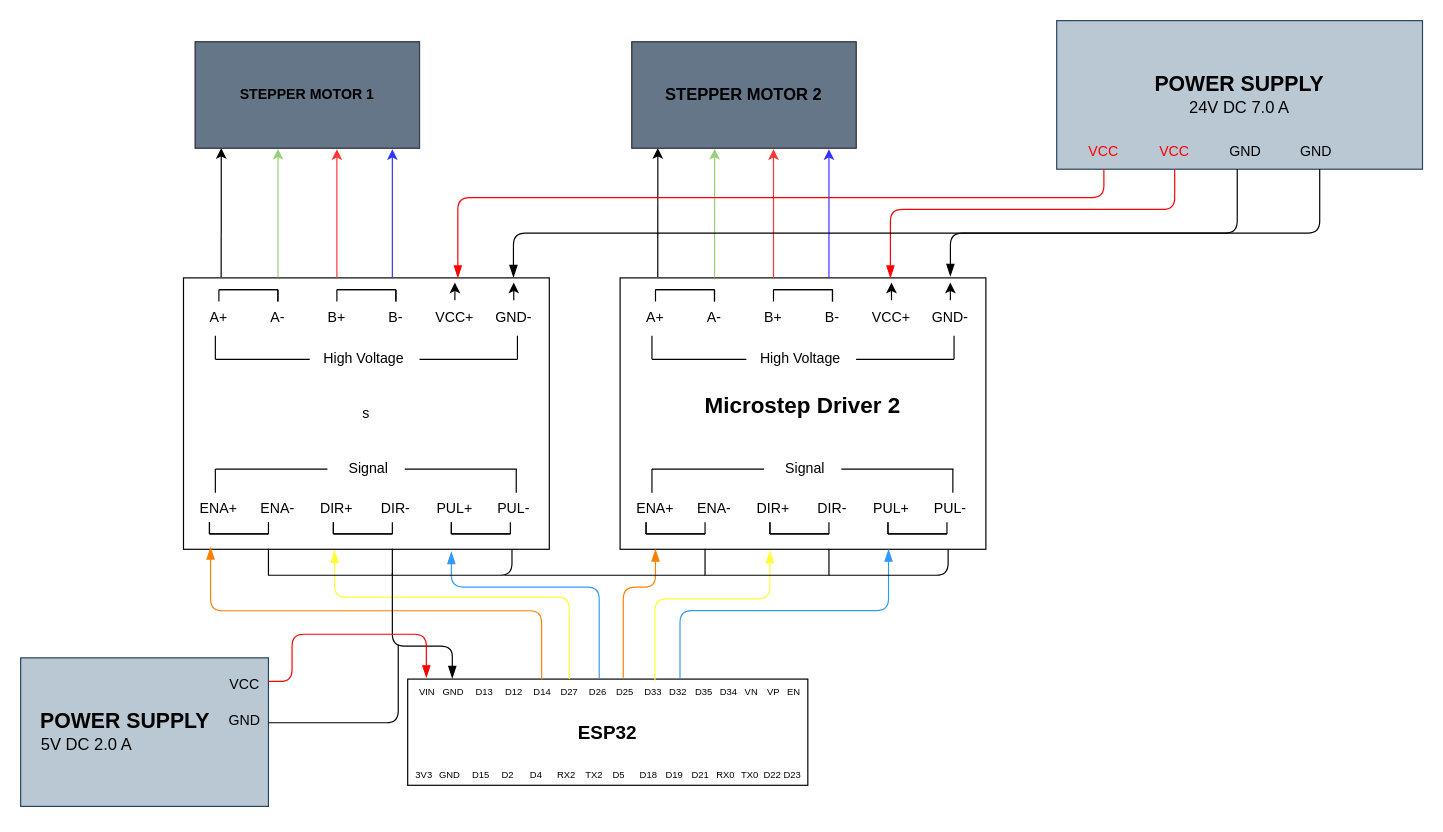
Before: Stepper-Driver-Esp32 Circuit Diagram.drawio in DattBhatt/Draw.io, a draw.io diagram. Source tidied: cells renumbered, new cells numbered last; positions are measured from the earlier drawing's top-left corner, leaving out a move shared by most shapes. Both pictures are drawn from the tidied source at 118%, with x=0, y=0 at pixel (20, 20).
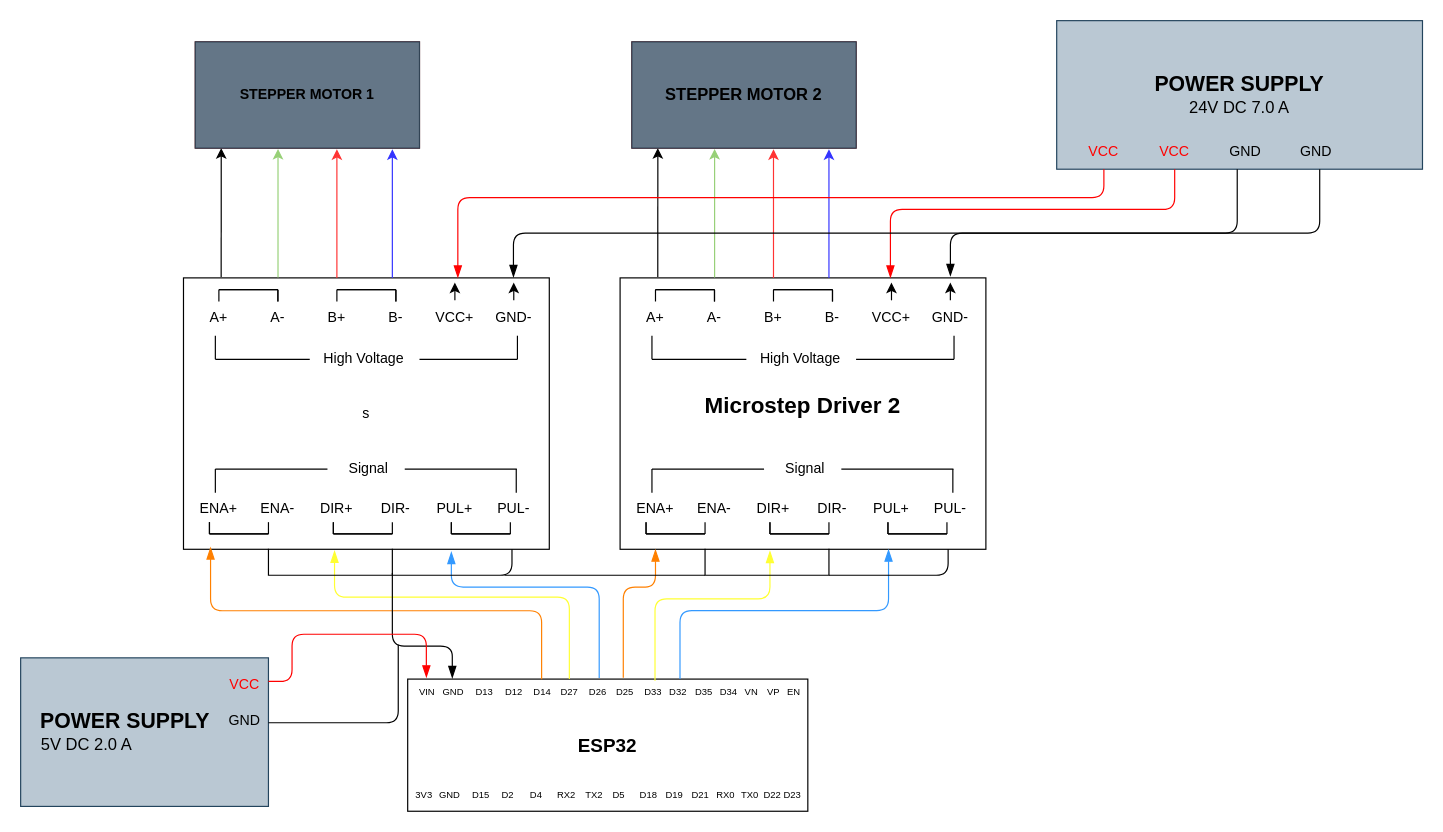
After the change.

Change to the diagram source:
```diff
@@
     <mxCell id="140" style="group;" parent="1" vertex="1">
-      <mxGeometry x="328" y="558" width="353" height="90" as="geometry" />
+      <mxGeometry x="328" y="558" width="353" height="112" as="geometry" />
     </mxCell>
     <mxCell id="141" value="&lt;b&gt;&lt;font style=&quot;font-size: 16px;&quot;&gt;ESP32&lt;/font&gt;&lt;/b&gt;" style="rounded=0;whiteSpace=wrap;html=1;" parent="140" vertex="1">
-      <mxGeometry width="339.1" height="90" as="geometry" />
+      <mxGeometry width="339.1" height="112" as="geometry" />
     </mxCell>
@@
     <mxCell id="157" value="&lt;font style=&quot;font-size: 8px;&quot;&gt;3V3&lt;/font&gt;" style="text;html=1;align=left;verticalAlign=middle;strokeColor=none;fillColor=none;rounded=0;imageAlign=center;imageWidth=24;spacing=0;" parent="140" vertex="1">
-      <mxGeometry x="6.7" y="70" width="30" height="20" as="geometry" />
+      <mxGeometry x="6.7" y="87.1" width="30" height="20" as="geometry" />
     </mxCell>
     <mxCell id="158" value="&lt;font style=&quot;font-size: 8px;&quot;&gt;D15&lt;/font&gt;" style="text;html=1;align=left;verticalAlign=middle;strokeColor=none;fillColor=none;rounded=0;imageAlign=center;imageWidth=24;flipH=0;spacing=0;" parent="140" vertex="1">
-      <mxGeometry x="55.1" y="70" width="30" height="20" as="geometry" />
+      <mxGeometry x="55.1" y="87.1" width="30" height="20" as="geometry" />
     </mxCell>
     <mxCell id="159" value="&lt;font style=&quot;font-size: 8px;&quot;&gt;GND&lt;/font&gt;" style="text;html=1;align=left;verticalAlign=middle;strokeColor=none;fillColor=none;rounded=0;imageAlign=center;imageWidth=24;spacing=0;" parent="140" vertex="1">
-      <mxGeometry x="27.3" y="70" width="40" height="20" as="geometry" />
+      <mxGeometry x="27.3" y="87.1" width="40" height="20" as="geometry" />
     </mxCell>
     <mxCell id="160" value="&lt;font style=&quot;font-size: 8px;&quot;&gt;D2&lt;/font&gt;" style="text;html=1;align=left;verticalAlign=middle;strokeColor=none;fillColor=none;rounded=0;imageAlign=center;imageWidth=24;spacing=0;" parent="140" vertex="1">
-      <mxGeometry x="79.9" y="70" width="30" height="20" as="geometry" />
+      <mxGeometry x="79.9" y="87.1" width="30" height="20" as="geometry" />
     </mxCell>
     <mxCell id="161" value="&lt;font style=&quot;font-size: 8px;&quot;&gt;D4&lt;/font&gt;" style="text;html=1;align=left;verticalAlign=middle;strokeColor=none;fillColor=none;rounded=0;imageAlign=center;imageWidth=24;flipH=0;spacing=0;" parent="140" vertex="1">
-      <mxGeometry x="103.6" y="70" width="30" height="20" as="geometry" />
+      <mxGeometry x="103.6" y="87.1" width="30" height="20" as="geometry" />
     </mxCell>
     <mxCell id="162" value="&lt;font style=&quot;font-size: 8px;&quot;&gt;TX2&lt;/font&gt;" style="text;html=1;align=left;verticalAlign=middle;strokeColor=none;fillColor=none;rounded=0;imageAlign=center;imageWidth=24;spacing=0;" parent="140" vertex="1">
-      <mxGeometry x="151" y="70" width="30" height="20" as="geometry" />
+      <mxGeometry x="151" y="87.1" width="30" height="20" as="geometry" />
     </mxCell>
     <mxCell id="163" value="&lt;span style=&quot;font-size: 8px;&quot;&gt;RX2&lt;/span&gt;" style="text;html=1;align=left;verticalAlign=middle;strokeColor=none;fillColor=none;rounded=0;imageAlign=center;imageWidth=24;spacing=0;" parent="140" vertex="1">
-      <mxGeometry x="127.3" y="70" width="40" height="20" as="geometry" />
+      <mxGeometry x="127.3" y="87.1" width="40" height="20" as="geometry" />
     </mxCell>
     <mxCell id="164" value="&lt;font style=&quot;font-size: 8px;&quot;&gt;D5&lt;/font&gt;" style="text;html=1;align=left;verticalAlign=middle;strokeColor=none;fillColor=none;rounded=0;imageAlign=center;imageWidth=24;spacing=0;" parent="140" vertex="1">
-      <mxGeometry x="173.7" y="70" width="30" height="20" as="geometry" />
+      <mxGeometry x="173.7" y="87.1" width="30" height="20" as="geometry" />
     </mxCell>
     <mxCell id="165" value="&lt;font style=&quot;font-size: 8px;&quot;&gt;D18&lt;/font&gt;" style="text;html=1;align=left;verticalAlign=middle;strokeColor=none;fillColor=none;rounded=0;imageAlign=center;imageWidth=24;spacing=0;" parent="140" vertex="1">
-      <mxGeometry x="197.4" y="70" width="30" height="20" as="geometry" />
+      <mxGeometry x="197.4" y="87.1" width="30" height="20" as="geometry" />
     </mxCell>
     <mxCell id="166" value="&lt;font style=&quot;font-size: 8px;&quot;&gt;D19&lt;/font&gt;" style="text;html=1;align=left;verticalAlign=middle;strokeColor=none;fillColor=none;rounded=0;imageAlign=center;imageWidth=24;spacing=0;" parent="140" vertex="1">
-      <mxGeometry x="219" y="70" width="30" height="20" as="geometry" />
+      <mxGeometry x="219" y="87.1" width="30" height="20" as="geometry" />
     </mxCell>
     <mxCell id="167" value="&lt;font style=&quot;font-size: 8px;&quot;&gt;D21&lt;/font&gt;" style="text;html=1;align=left;verticalAlign=middle;strokeColor=none;fillColor=none;rounded=0;imageAlign=center;imageWidth=24;spacing=0;" parent="140" vertex="1">
-      <mxGeometry x="240.7" y="70" width="30" height="20" as="geometry" />
+      <mxGeometry x="240.7" y="87.1" width="30" height="20" as="geometry" />
     </mxCell>
     <mxCell id="168" value="&lt;font style=&quot;font-size: 8px;&quot;&gt;RX0&lt;/font&gt;" style="text;html=1;align=left;verticalAlign=middle;strokeColor=none;fillColor=none;rounded=0;imageAlign=center;imageWidth=24;spacing=0;" parent="140" vertex="1">
-      <mxGeometry x="262.3" y="70" width="40" height="20" as="geometry" />
+      <mxGeometry x="262.3" y="87.1" width="40" height="20" as="geometry" />
     </mxCell>
     <mxCell id="169" value="&lt;font style=&quot;font-size: 8px;&quot;&gt;TX0&lt;/font&gt;" style="text;html=1;align=left;verticalAlign=middle;strokeColor=none;fillColor=none;rounded=0;imageAlign=center;imageWidth=24;spacing=0;" parent="140" vertex="1">
-      <mxGeometry x="282.9" y="70" width="30" height="20" as="geometry" />
+      <mxGeometry x="282.9" y="87.1" width="30" height="20" as="geometry" />
     </mxCell>
     <mxCell id="170" value="&lt;font style=&quot;font-size: 8px;&quot;&gt;D22&lt;/font&gt;" style="text;html=1;align=left;verticalAlign=middle;strokeColor=none;fillColor=none;rounded=0;imageAlign=center;imageWidth=24;spacing=0;" parent="140" vertex="1">
-      <mxGeometry x="301.5" y="70" width="30" height="20" as="geometry" />
+      <mxGeometry x="301.5" y="87.1" width="30" height="20" as="geometry" />
     </mxCell>
     <mxCell id="171" value="&lt;font style=&quot;font-size: 8px;&quot;&gt;D23&lt;/font&gt;" style="text;html=1;align=left;verticalAlign=middle;strokeColor=none;fillColor=none;rounded=0;imageAlign=center;imageWidth=24;spacing=0;" parent="140" vertex="1">
-      <mxGeometry x="319" y="70" width="30" height="20" as="geometry" />
+      <mxGeometry x="319" y="87.1" width="30" height="20" as="geometry" />
     </mxCell>
@@
-    <mxCell id="173" value="VCC" style="text;html=1;align=center;verticalAlign=middle;whiteSpace=wrap;rounded=0;" parent="1" vertex="1">
+    <mxCell id="173" value="&lt;font style=&quot;color: light-dark(rgb(255, 0, 0), rgb(255, 0, 0));&quot;&gt;VCC&lt;/font&gt;" style="text;html=1;align=center;verticalAlign=middle;whiteSpace=wrap;rounded=0;" parent="1" vertex="1">
       <mxGeometry x="160" y="548" width="60" height="30" as="geometry" />
     </mxCell>
-    <mxCell id="174" value="GND" style="text;html=1;align=center;verticalAlign=middle;whiteSpace=wrap;rounded=0;" parent="1" vertex="1">
+    <mxCell id="174" value="&lt;font style=&quot;color: light-dark(rgb(0, 0, 0), rgb(0, 0, 0));&quot;&gt;GND&lt;/font&gt;" style="text;html=1;align=center;verticalAlign=middle;whiteSpace=wrap;rounded=0;" parent="1" vertex="1">
       <mxGeometry x="160" y="578" width="60" height="30" as="geometry" />
     </mxCell>
```
